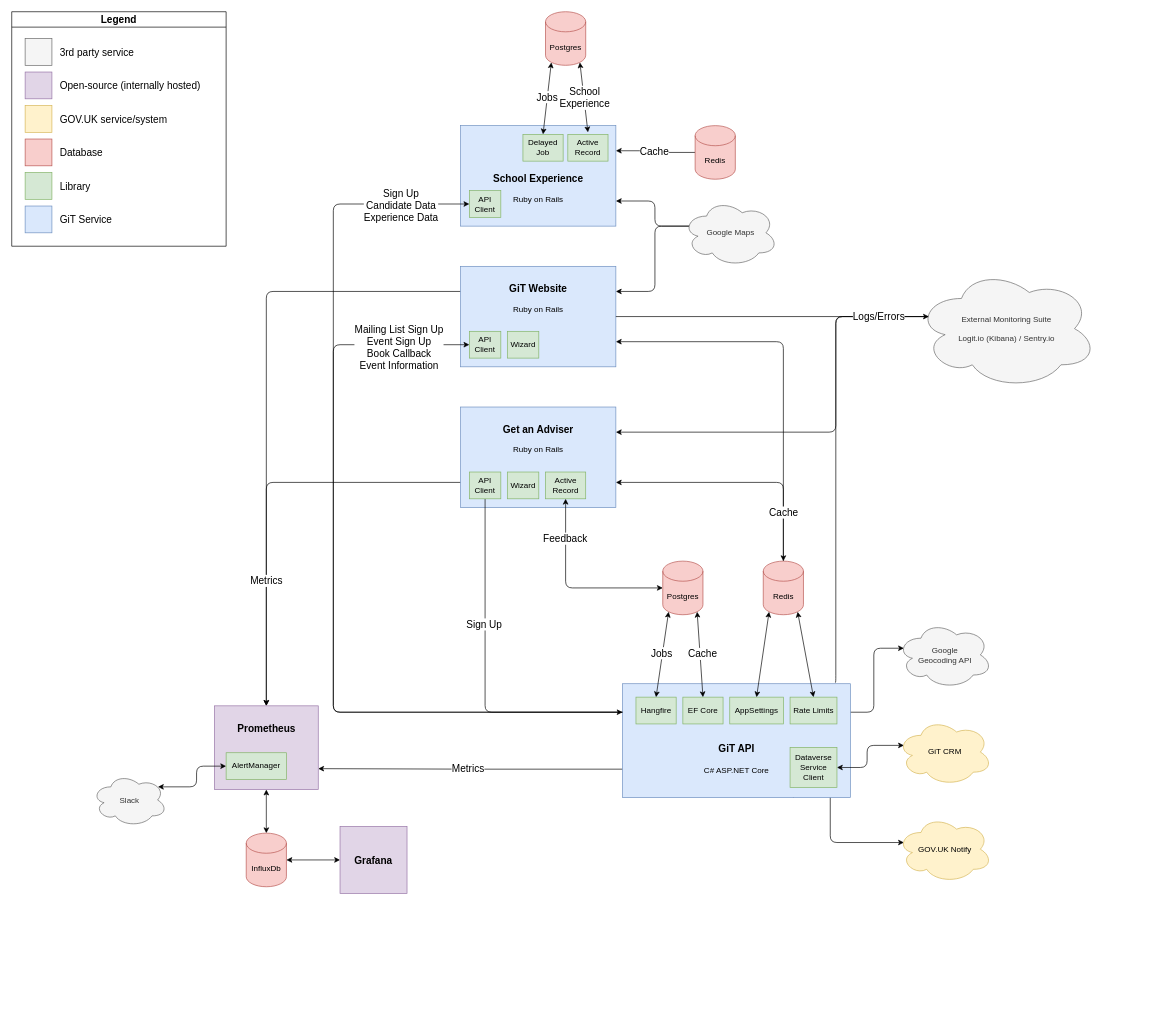
Above: docs/architecture/architecture.drawio in DFE-Digital/get-into-teaching-api (draw.io), before the change. Source tidied: cells renumbered, new cells numbered last; positions are measured from the earlier drawing's top-left corner, leaving out a move shared by most shapes. Both pictures are drawn from the tidied source at 67%, with x=0, y=0 at pixel (11, 11).
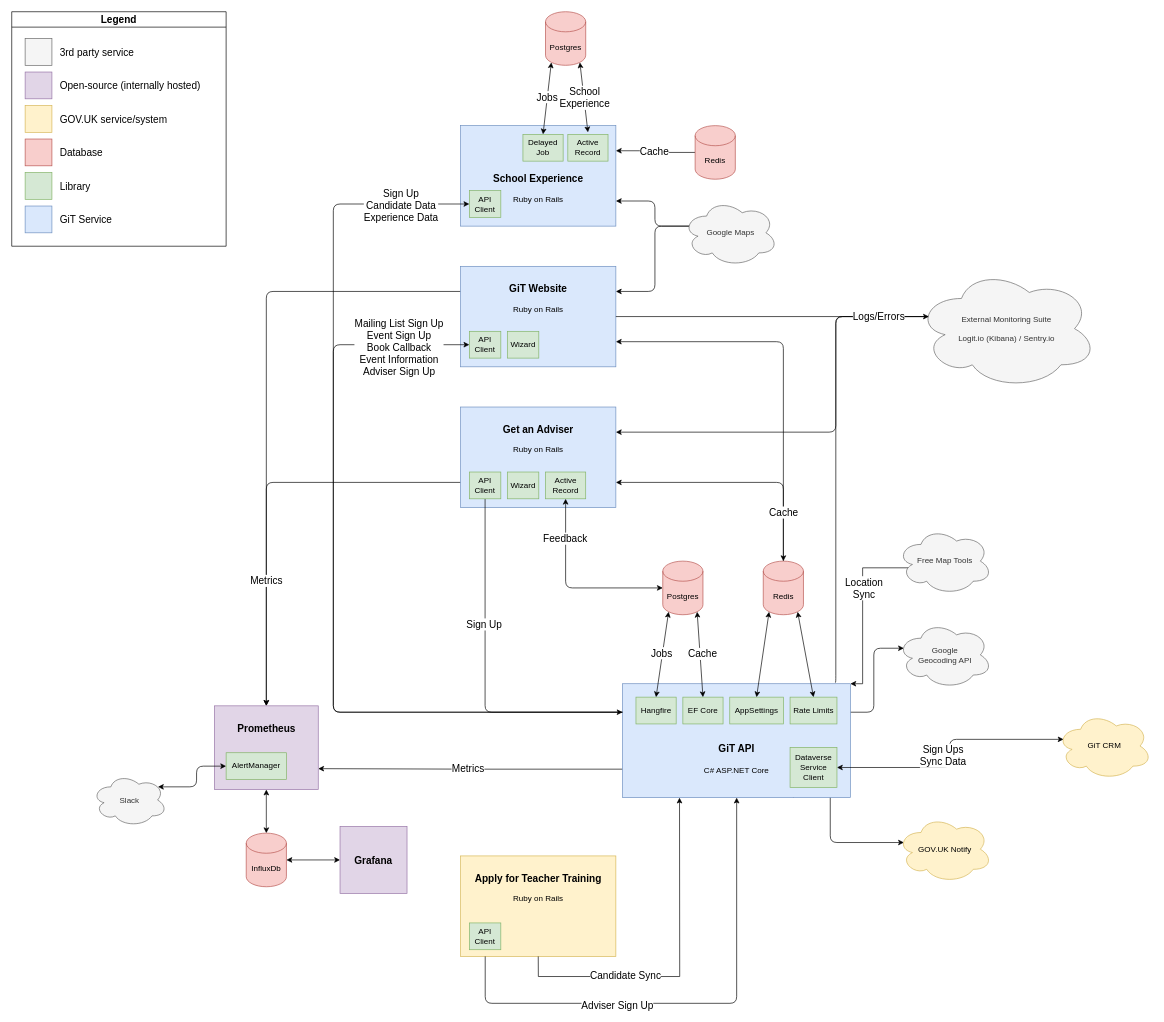
After the change.

Commit message (it also covers changes not shown here):
Update architecture diagram

Update to include the Apply for teacher training service integration.

Unchanged cells that the change refers to:
```xml
<mxCell id="20" value="&lt;b style=&quot;font-size: 15px&quot;&gt;&lt;br&gt;&lt;br&gt;&lt;br&gt;GiT API&lt;br&gt;&lt;/b&gt;&lt;br&gt;C# ASP.NET Core" style="whiteSpace=wrap;html=1;align=center;fillColor=#dae8fc;strokeColor=#6c8ebf;" parent="1" vertex="1">
  <mxGeometry x="911.7" y="1003" width="340" height="170" as="geometry" />
</mxCell>
<mxCell id="35" value="Dataverse&lt;br&gt;Service&lt;br&gt;Client" style="whiteSpace=wrap;html=1;fillColor=#d5e8d4;strokeColor=#82b366;" parent="1" vertex="1">
  <mxGeometry x="1161.7" y="1098" width="70" height="60" as="geometry" />
</mxCell>
<mxCell id="71" style="edgeStyle=orthogonalEdgeStyle;jettySize=auto;html=1;exitX=0;exitY=0.5;exitDx=0;exitDy=0;fontSize=15;startArrow=classic;startFill=1;endArrow=none;endFill=0;entryX=0;entryY=0.25;entryDx=0;entryDy=0;" parent="1" edge="1" source="73" target="20">
  <mxGeometry relative="1" as="geometry">
    <Array as="points">
      <mxPoint x="480" y="497" />
      <mxPoint x="480" y="1046" />
    </Array>
  </mxGeometry>
</mxCell>
<mxCell id="79" value="API&lt;br&gt;Client" style="whiteSpace=wrap;html=1;fillColor=#d5e8d4;strokeColor=#82b366;" parent="1" vertex="1">
  <mxGeometry x="683" y="687" width="47" height="40" as="geometry" />
</mxCell>
```

Change to the diagram source:
```diff
@@
-    <mxCell id="34" style="edgeStyle=orthogonalEdgeStyle;jettySize=auto;html=1;exitX=1;exitY=0.5;exitDx=0;exitDy=0;entryX=0.07;entryY=0.4;entryDx=0;entryDy=0;entryPerimeter=0;startArrow=classic;startFill=1;endArrow=classic;endFill=1;" parent="1" edge="1" source="35" target="36">
-      <mxGeometry relative="1" as="geometry" />
+    <mxCell id="34" value="&lt;font style=&quot;font-size: 15px;&quot;&gt;Sign Ups&lt;br&gt;Sync Data&lt;br&gt;&lt;/font&gt;" style="edgeStyle=orthogonalEdgeStyle;jettySize=auto;html=1;exitX=1;exitY=0.5;exitDx=0;exitDy=0;entryX=0.07;entryY=0.4;entryDx=0;entryDy=0;entryPerimeter=0;startArrow=classic;startFill=1;endArrow=classic;endFill=1;" parent="1" edge="1" source="35" target="36">
+      <mxGeometry x="-0.02" y="10" relative="1" as="geometry">
+        <Array as="points">
+          <mxPoint x="1400" y="1128" />
+          <mxPoint x="1400" y="1086" />
+        </Array>
+      </mxGeometry>
     </mxCell>
@@
     <mxCell id="36" value="GiT CRM" style="ellipse;shape=cloud;whiteSpace=wrap;html=1;fillColor=#fff2cc;strokeColor=#d6b656;" parent="1" vertex="1">
-      <mxGeometry x="1321.7" y="1055" width="141.7" height="100" as="geometry" />
+      <mxGeometry x="1560" y="1046" width="141.7" height="100" as="geometry" />
     </mxCell>
@@
-    <mxCell id="72" value="Mailing List Sign Up&lt;br&gt;Event Sign Up&lt;br&gt;Book Callback&lt;br&gt;Event Information" style="edgeLabel;html=1;align=center;verticalAlign=middle;fontSize=15;" parent="71" vertex="1">
+    <mxCell id="72" value="Mailing List Sign Up&lt;br&gt;Event Sign Up&lt;br&gt;Book Callback&lt;br&gt;Event Information&lt;br&gt;Adviser Sign Up" style="edgeLabel;html=1;align=center;verticalAlign=middle;fontSize=15;" parent="71" vertex="1">
       <mxGeometry x="-0.24" y="-1" relative="1" as="geometry">
         <mxPoint x="98" y="-244" as="offset" />
       </mxGeometry>
     </mxCell>
@@
     <mxCell id="77" style="edgeStyle=orthogonalEdgeStyle;jettySize=auto;html=1;exitX=0.5;exitY=1;exitDx=0;exitDy=0;entryX=0;entryY=0.25;entryDx=0;entryDy=0;fontSize=15;startArrow=none;startFill=0;endArrow=classic;endFill=1;" parent="1" edge="1" source="79" target="20">
-      <mxGeometry relative="1" as="geometry" />
+      <mxGeometry relative="1" as="geometry">
+        <Array as="points">
+          <mxPoint x="707" y="1046" />
+        </Array>
+      </mxGeometry>
     </mxCell>
@@
+    <mxCell id="86" value="&lt;b style=&quot;font-size: 15px&quot;&gt;&lt;br&gt;Apply for Teacher Training&lt;br&gt;&lt;/b&gt;&lt;br&gt;Ruby on Rails" style="whiteSpace=wrap;html=1;fillColor=#fff2cc;strokeColor=#d6b656;verticalAlign=top;" parent="1" vertex="1">
+      <mxGeometry x="670" y="1260" width="231.7" height="150" as="geometry" />
+    </mxCell>
+    <mxCell id="87" value="API&lt;br&gt;Client" style="whiteSpace=wrap;html=1;fillColor=#d5e8d4;strokeColor=#82b366;" parent="1" vertex="1">
+      <mxGeometry x="683" y="1360" width="47" height="40" as="geometry" />
+    </mxCell>
+    <mxCell id="88" style="edgeStyle=orthogonalEdgeStyle;jettySize=auto;html=1;exitX=0.5;exitY=1;exitDx=0;exitDy=0;fontSize=15;startArrow=none;startFill=0;endArrow=classic;endFill=1;" parent="1" edge="1" target="20">
+      <mxGeometry relative="1" as="geometry">
+        <mxPoint x="706.7" y="1410" as="sourcePoint" />
+        <Array as="points">
+          <mxPoint x="707" y="1480" />
+          <mxPoint x="1082" y="1480" />
+        </Array>
+      </mxGeometry>
+    </mxCell>
+    <mxCell id="89" value="Adviser Sign Up" style="edgeLabel;html=1;align=center;verticalAlign=middle;fontSize=15;" parent="88" vertex="1">
+      <mxGeometry x="-0.29" y="-2" relative="1" as="geometry" />
+    </mxCell>
+    <mxCell id="90" style="endArrow=classic;html=1;rounded=0;exitX=0.5;exitY=1;exitDx=0;exitDy=0;entryX=0.25;entryY=1;entryDx=0;entryDy=0;" parent="1" edge="1" source="86" target="20">
+      <mxGeometry relative="1" as="geometry">
+        <Array as="points">
+          <mxPoint x="786" y="1440" />
+          <mxPoint x="997" y="1440" />
+        </Array>
+      </mxGeometry>
+    </mxCell>
+    <mxCell id="91" value="&lt;font style=&quot;font-size: 15px;&quot;&gt;Candidate Sync&lt;/font&gt;" style="edgeLabel;html=1;align=center;verticalAlign=middle;" parent="90" vertex="1">
+      <mxGeometry x="-0.37" y="3" relative="1" as="geometry" />
+    </mxCell>
+    <mxCell id="92" style="edgeStyle=orthogonalEdgeStyle;rounded=0;jettySize=auto;html=1;exitX=0.8;exitY=0.8;exitDx=0;exitDy=0;exitPerimeter=0;entryX=1;entryY=0;entryDx=0;entryDy=0;endArrow=classic;endFill=1;" parent="1" edge="1" source="94" target="20">
+      <mxGeometry relative="1" as="geometry">
+        <Array as="points">
+          <mxPoint x="1435" y="830" />
+          <mxPoint x="1270" y="830" />
+          <mxPoint x="1270" y="1003" />
+        </Array>
+      </mxGeometry>
+    </mxCell>
+    <mxCell id="93" value="&lt;font style=&quot;font-size: 15px;&quot;&gt;Location&lt;br&gt;Sync&lt;/font&gt;" style="edgeLabel;html=1;align=center;verticalAlign=middle;" parent="92" vertex="1">
+      <mxGeometry x="0.14" y="1" relative="1" as="geometry" />
+    </mxCell>
+    <mxCell id="94" value="Free Map Tools" style="ellipse;shape=cloud;whiteSpace=wrap;html=1;fillColor=#f5f5f5;fontColor=#333333;strokeColor=#666666;" parent="1" vertex="1">
+      <mxGeometry x="1321.7" y="770" width="141.7" height="100" as="geometry" />
+    </mxCell>
```
